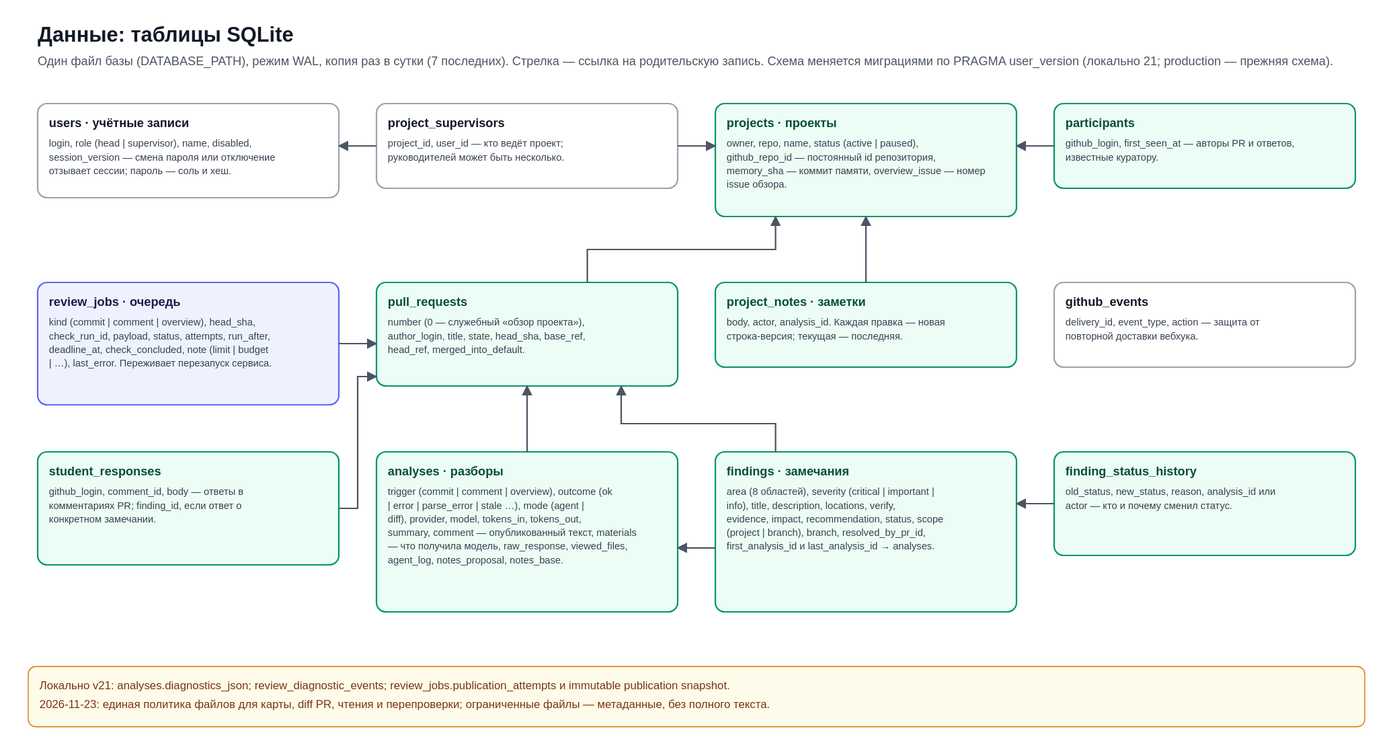
The draw.io diagram docs/документация/схемы/05 данные.drawio.svg in Riddars/ai-mentor, before a commit. Source tidied: cells renumbered, new cells last; positions are measured from the earlier drawing's top-left corner, leaving out a move shared by most shapes.
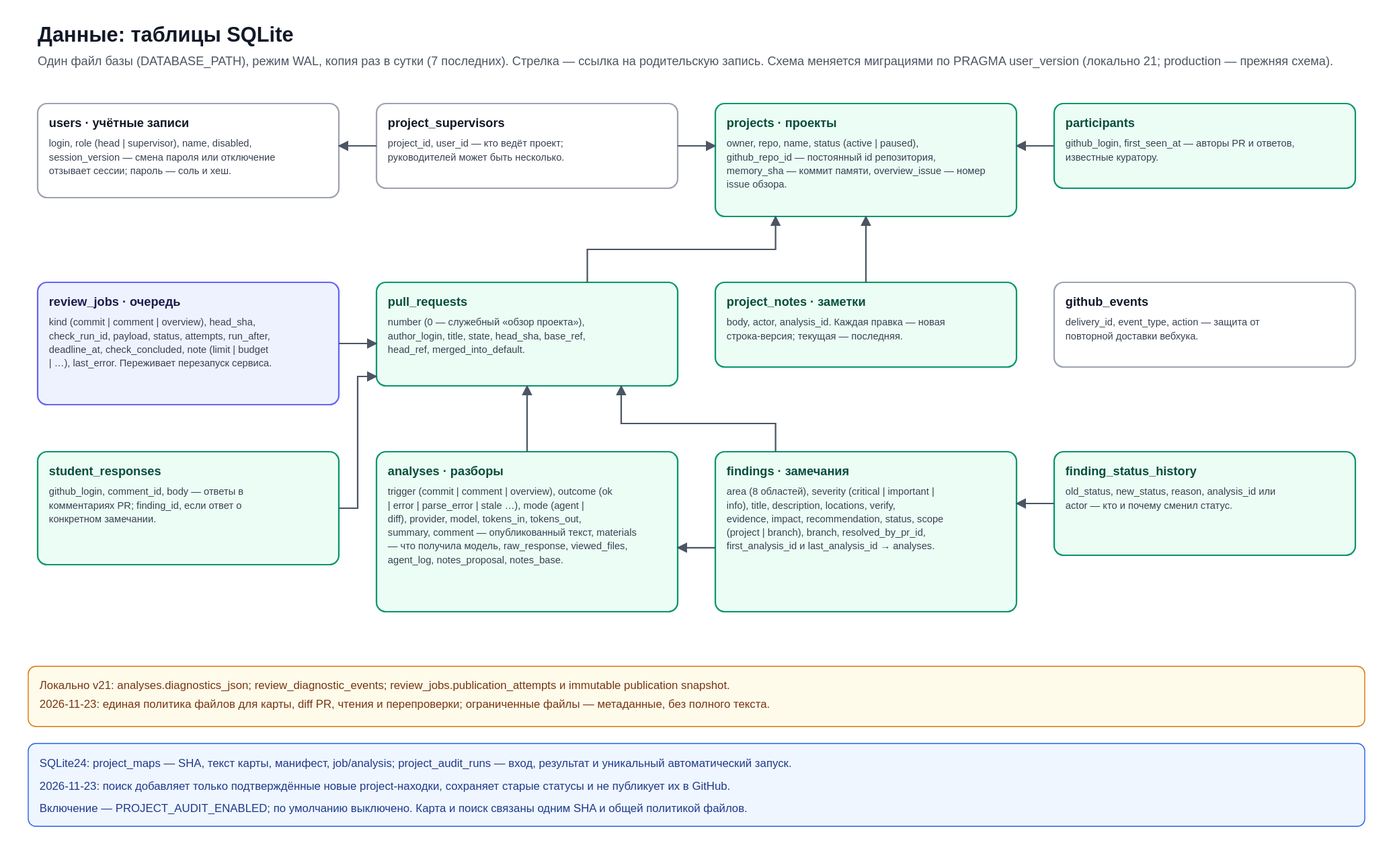
The same diagram one commit later.

What changed in the source:
```diff
@@ -95,5 +95,8 @@
     <mxCell id="27" value="Локально v21: analyses.diagnostics_json; review_diagnostic_events; review_jobs.publication_attempts и immutable publication snapshot.&lt;br&gt;2026-11-23: единая политика файлов для карты, diff PR, чтения и перепроверки; ограниченные файлы — метаданные, без полного текста." style="rounded=1;whiteSpace=wrap;html=1;fillColor=#FFFBEB;strokeColor=#D97706;fontFamily=Helvetica;fontSize=12;align=left;spacing=12;" parent="1" vertex="1">
       <mxGeometry y="686" width="1420" height="64" as="geometry" />
     </mxCell>
+    <mxCell id="28" value="SQLite24: project_maps — SHA, текст карты, манифест, job/analysis; project_audit_runs — уникальный автоматический запуск, вход и результат. PROJECT_AUDIT_ENABLED=false по умолчанию. Поиск создаёт только новые project-находки; старые статусы не меняет." style="rounded=1;whiteSpace=wrap;html=1;fillColor=#EFF6FF;strokeColor=#2563EB;fontFamily=Helvetica;fontSize=12;align=left;spacing=12;" parent="1" vertex="1">
+      <mxGeometry y="768" width="1420" height="88" as="geometry" />
+    </mxCell>
   </root>
 </mxGraphModel>
```
